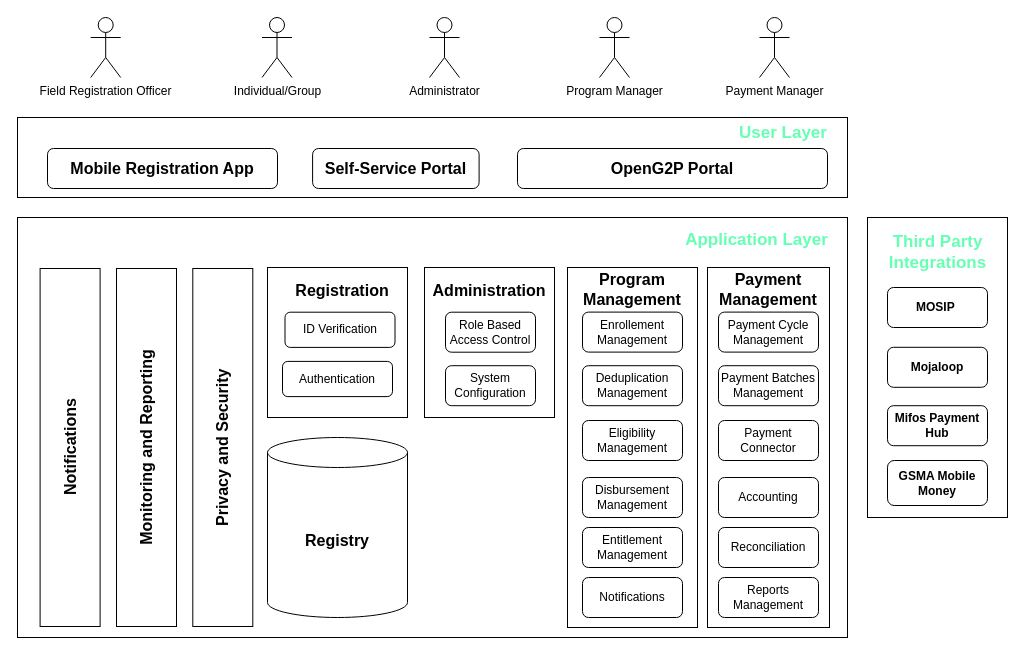
Before: .gitbook/assets/functional-architecture.drawio in OpenG2P/openg2p-documentation, a draw.io diagram. Source tidied: cells renumbered, new cells numbered last; positions are measured from the earlier drawing's top-left corner, leaving out a move shared by most shapes. Both pictures are drawn from the tidied source at 100%, with x=0, y=0 at pixel (-109, 17).
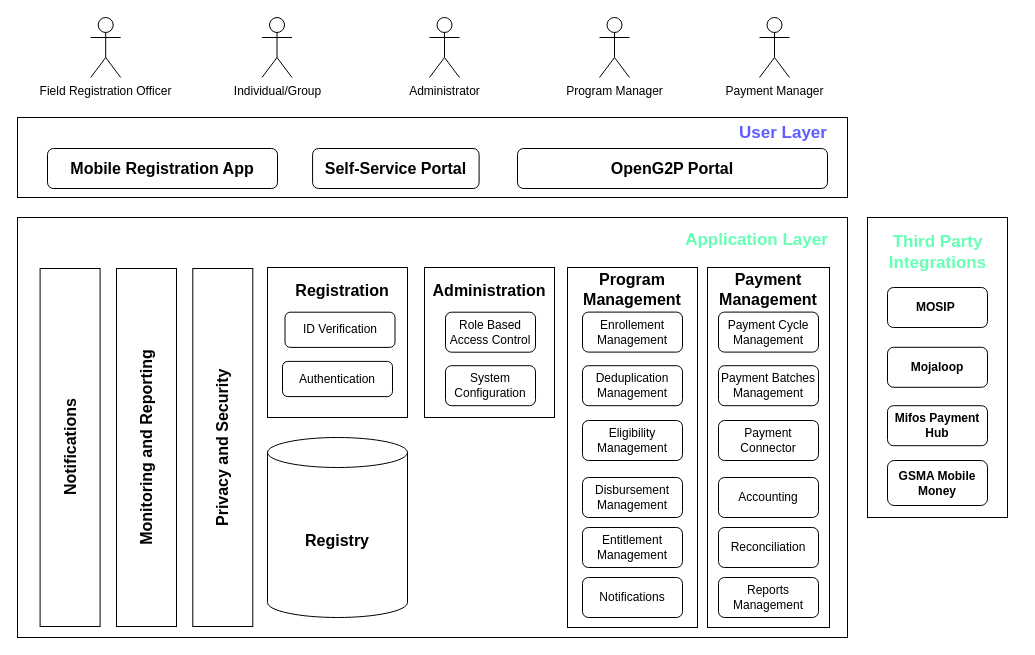
After the change.

The edit, as a diff of the source:
```diff
@@
-    <mxCell id="39" value="&lt;b&gt;&lt;font style=&quot;font-size: 17px;&quot;&gt;User Layer&lt;/font&gt;&lt;/b&gt;" style="text;html=1;align=center;verticalAlign=middle;whiteSpace=wrap;rounded=0;fontColor=#66FFB3;" parent="1" vertex="1">
+    <mxCell id="39" value="&lt;b&gt;&lt;font color=&quot;#5e5eff&quot; style=&quot;font-size: 17px;&quot;&gt;User Layer&lt;/font&gt;&lt;/b&gt;" style="text;html=1;align=center;verticalAlign=middle;whiteSpace=wrap;rounded=0;fontColor=#66FFB3;" parent="1" vertex="1">
       <mxGeometry x="838" y="101" width="108" height="30" as="geometry" />
     </mxCell>
```
